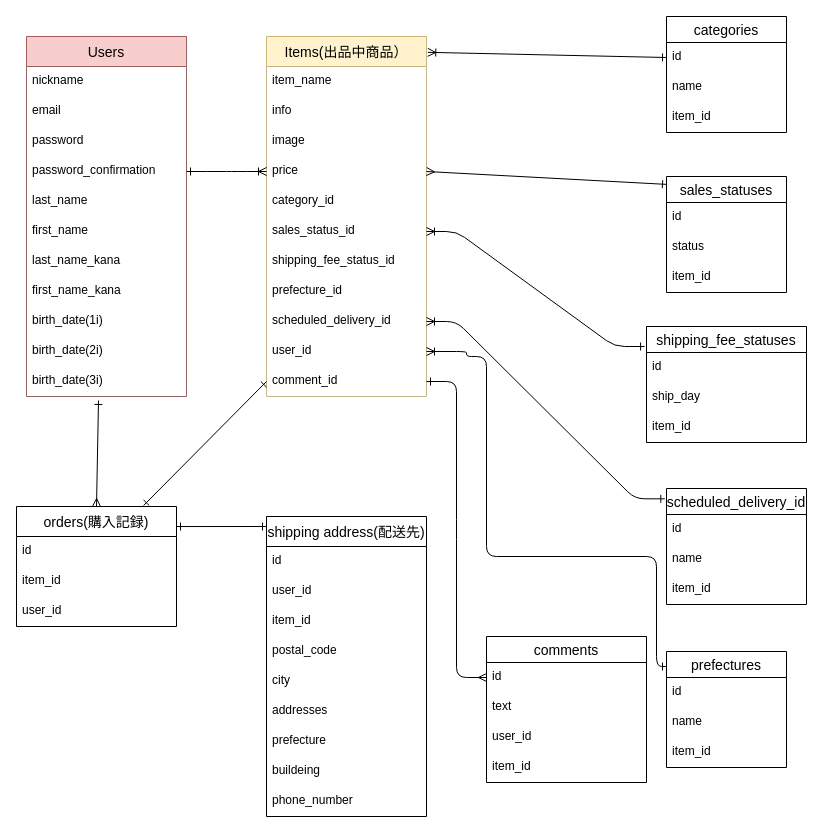
Above: ER.dio in Ka0lee/furima-39118 (draw.io), before the change. Source tidied: cells renumbered, new cells numbered last; positions are measured from the earlier drawing's top-left corner, leaving out a move shared by most shapes. Both pictures are drawn from the tidied source at 100%, with x=0, y=0 at pixel (16, 16).
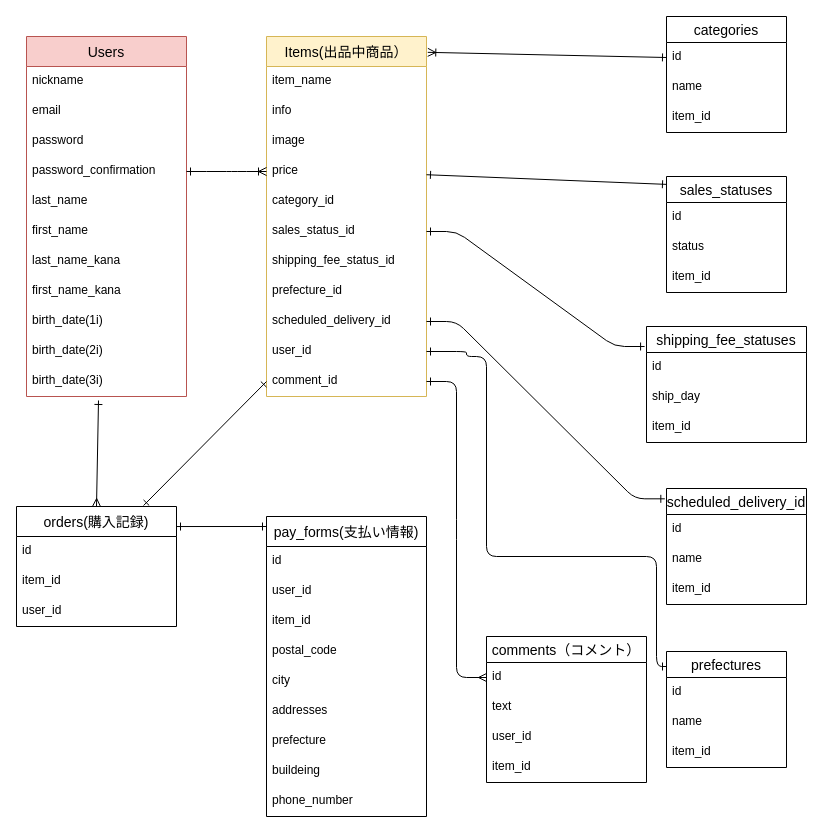
Above is the later version.

Commit message (it also covers changes not shown here):
EA図とREADMEの修正

Unchanged cells that the change refers to:
```xml
<mxCell id="18" value="price" style="text;strokeColor=none;fillColor=none;spacingLeft=4;spacingRight=4;overflow=hidden;points=[[0,0.5],[1,0.5]];portConstraint=eastwest;fontSize=12;" parent="14" vertex="1">
  <mxGeometry y="120" width="160" height="30" as="geometry" />
</mxCell>
<mxCell id="20" value="sales_status_id" style="text;strokeColor=none;fillColor=none;spacingLeft=4;spacingRight=4;overflow=hidden;points=[[0,0.5],[1,0.5]];portConstraint=eastwest;fontSize=12;" parent="14" vertex="1">
  <mxGeometry y="180" width="160" height="30" as="geometry" />
</mxCell>
<mxCell id="23" value="scheduled_delivery_id" style="text;strokeColor=none;fillColor=none;spacingLeft=4;spacingRight=4;overflow=hidden;points=[[0,0.5],[1,0.5]];portConstraint=eastwest;fontSize=12;" parent="14" vertex="1">
  <mxGeometry y="270" width="160" height="30" as="geometry" />
</mxCell>
<mxCell id="24" value="user_id" style="text;strokeColor=none;fillColor=none;spacingLeft=4;spacingRight=4;overflow=hidden;points=[[0,0.5],[1,0.5]];portConstraint=eastwest;fontSize=12;" parent="14" vertex="1">
  <mxGeometry y="300" width="160" height="30" as="geometry" />
</mxCell>
<mxCell id="31" value="sales_statuses" style="swimlane;fontStyle=0;horizontal=1;startSize=26;align=center;fontSize=14;" parent="1" vertex="1">
  <mxGeometry x="650" y="160" width="120" height="116" as="geometry" />
</mxCell>
<mxCell id="40" value="id" style="text;strokeColor=none;fillColor=none;spacingLeft=4;spacingRight=4;overflow=hidden;points=[[0,0.5],[1,0.5]];portConstraint=eastwest;fontSize=12;" parent="39" vertex="1">
  <mxGeometry y="26" width="160" height="30" as="geometry" />
</mxCell>
<mxCell id="43" value="scheduled_delivery_id" style="swimlane;fontStyle=0;horizontal=1;startSize=26;align=center;fontSize=14;" parent="1" vertex="1">
  <mxGeometry x="650" y="472" width="140" height="116" as="geometry" />
</mxCell>
```

Diff of the diagram source:
```diff
@@
-    <mxCell id="26" value="comments" style="swimlane;fontStyle=0;horizontal=1;startSize=26;align=center;fontSize=14;" parent="1" vertex="1">
+    <mxCell id="26" value="comments（コメント）" style="swimlane;fontStyle=0;horizontal=1;startSize=26;align=center;fontSize=14;" parent="1" vertex="1">
       <mxGeometry x="470" y="620" width="160" height="146" as="geometry" />
     </mxCell>
@@
-    <mxCell id="48" style="fontSize=12;html=1;endArrow=ERmany;exitX=0;exitY=0.068;exitDx=0;exitDy=0;exitPerimeter=0;entryX=1;entryY=0.5;entryDx=0;entryDy=0;startArrow=ERone;startFill=0;endFill=0;" parent="1" edge="1" source="31" target="18">
+    <mxCell id="48" style="fontSize=12;html=1;endArrow=ERone;exitX=0;exitY=0.068;exitDx=0;exitDy=0;exitPerimeter=0;startArrow=ERone;startFill=0;endFill=0;" parent="1" edge="1" source="31" target="18">
       <mxGeometry relative="1" as="geometry" />
     </mxCell>
-    <mxCell id="49" style="edgeStyle=entityRelationEdgeStyle;fontSize=12;html=1;endArrow=ERoneToMany;exitX=-0.012;exitY=-0.2;exitDx=0;exitDy=0;exitPerimeter=0;startArrow=ERone;startFill=0;" parent="1" edge="1" source="40" target="20">
+    <mxCell id="49" style="edgeStyle=entityRelationEdgeStyle;fontSize=12;html=1;endArrow=ERone;exitX=-0.012;exitY=-0.2;exitDx=0;exitDy=0;exitPerimeter=0;startArrow=ERone;startFill=0;endFill=0;" parent="1" edge="1" source="40" target="20">
       <mxGeometry relative="1" as="geometry" />
     </mxCell>
-    <mxCell id="50" style="edgeStyle=entityRelationEdgeStyle;fontSize=12;html=1;endArrow=ERoneToMany;entryX=1;entryY=0.5;entryDx=0;entryDy=0;exitX=-0.012;exitY=0.089;exitDx=0;exitDy=0;exitPerimeter=0;startArrow=ERone;startFill=0;" parent="1" edge="1" source="43" target="23">
+    <mxCell id="50" style="edgeStyle=entityRelationEdgeStyle;fontSize=12;html=1;endArrow=ERone;entryX=1;entryY=0.5;entryDx=0;entryDy=0;exitX=-0.012;exitY=0.089;exitDx=0;exitDy=0;exitPerimeter=0;startArrow=ERone;startFill=0;endFill=0;" parent="1" edge="1" source="43" target="23">
       <mxGeometry relative="1" as="geometry" />
     </mxCell>
@@
-    <mxCell id="58" value="shipping address(配送先)" style="swimlane;fontStyle=0;horizontal=1;startSize=30;align=center;fontSize=14;" parent="1" vertex="1">
+    <mxCell id="58" value="pay_forms(支払い情報)" style="swimlane;fontStyle=0;horizontal=1;startSize=30;align=center;fontSize=14;" parent="1" vertex="1">
       <mxGeometry x="250" y="500" width="160" height="300" as="geometry" />
     </mxCell>
@@
-    <mxCell id="74" style="edgeStyle=orthogonalEdgeStyle;fontSize=12;html=1;endArrow=ERoneToMany;entryX=1;entryY=0.5;entryDx=0;entryDy=0;startArrow=ERone;startFill=0;" parent="1" edge="1" target="24">
+    <mxCell id="74" style="edgeStyle=orthogonalEdgeStyle;fontSize=12;html=1;endArrow=ERone;entryX=1;entryY=0.5;entryDx=0;entryDy=0;startArrow=ERone;startFill=0;endFill=0;" parent="1" edge="1" target="24">
       <mxGeometry relative="1" as="geometry">
         <mxPoint x="650" y="650" as="sourcePoint" />
         <Array as="points">
           <mxPoint x="640" y="650" />
           <mxPoint x="640" y="540" />
           <mxPoint x="470" y="540" />
           <mxPoint x="470" y="340" />
           <mxPoint x="450" y="340" />
           <mxPoint x="450" y="335" />
         </Array>
       </mxGeometry>
     </mxCell>
```
